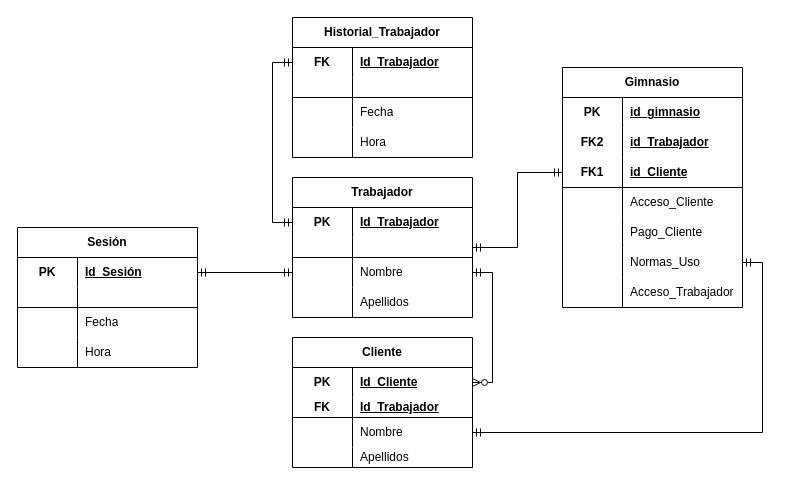
Before: Diagrama ER Trabajador.drawio in HuBaMarin/projDespliegue, a draw.io diagram. Source tidied: cells renumbered, new cells numbered last; positions are measured from the earlier drawing's top-left corner, leaving out a move shared by most shapes. Both pictures are drawn from the tidied source at 100%, with x=0, y=0 at pixel (17, 17).
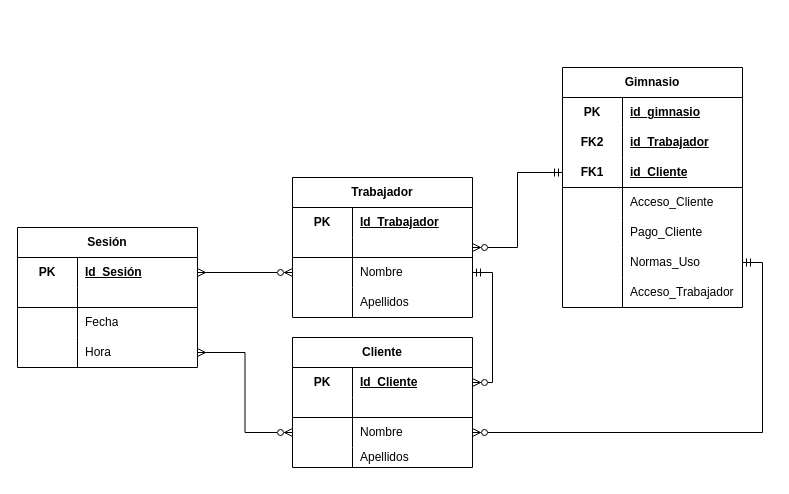
The same diagram, later.

Unchanged cells that the change refers to:
```xml
<mxCell id="4" value="Trabajador" style="shape=table;startSize=30;childLayout=tableLayout;rowLines=0;fontStyle=1;align=center;html=1;whiteSpace=wrap;" parent="1" vertex="1">
  <mxGeometry x="275" y="160" width="180" height="140" as="geometry" />
</mxCell>
<mxCell id="5" style="shape=tableRow;horizontal=0;startSize=0;swimlaneHead=0;swimlaneBody=0;fillColor=none;points=[[0,0.5],[1,0.5]];portConstraint=eastwest;top=0;left=0;right=0;bottom=0;html=1;" parent="4" vertex="1">
  <mxGeometry y="30" width="180" height="30" as="geometry" />
</mxCell>
<mxCell id="11" style="shape=tableRow;horizontal=0;startSize=0;swimlaneHead=0;swimlaneBody=0;fillColor=none;points=[[0,0.5],[1,0.5]];portConstraint=eastwest;top=0;left=0;right=0;bottom=0;html=1;" parent="4" vertex="1">
  <mxGeometry y="80" width="180" height="30" as="geometry" />
</mxCell>
<mxCell id="18" style="shape=tableRow;horizontal=0;startSize=0;swimlaneHead=0;swimlaneBody=0;fillColor=none;points=[[0,0.5],[1,0.5]];portConstraint=eastwest;top=0;left=0;right=0;bottom=0;html=1;" parent="17" vertex="1">
  <mxGeometry y="30" width="180" height="30" as="geometry" />
</mxCell>
<mxCell id="27" style="shape=tableRow;horizontal=0;startSize=0;swimlaneHead=0;swimlaneBody=0;fillColor=none;points=[[0,0.5],[1,0.5]];portConstraint=eastwest;top=0;left=0;right=0;bottom=0;html=1;" parent="17" vertex="1">
  <mxGeometry y="110" width="180" height="30" as="geometry" />
</mxCell>
<mxCell id="47" style="shape=tableRow;horizontal=0;startSize=0;swimlaneHead=0;swimlaneBody=0;fillColor=none;top=0;left=0;right=0;bottom=1;html=1;" parent="43" vertex="1">
  <mxGeometry y="60" width="180" height="20" as="geometry" />
</mxCell>
<mxCell id="50" style="shape=tableRow;horizontal=0;startSize=0;swimlaneHead=0;swimlaneBody=0;fillColor=none;points=[[0,0.5],[1,0.5]];portConstraint=eastwest;top=0;left=0;right=0;bottom=0;html=1;" parent="43" vertex="1">
  <mxGeometry y="80" width="180" height="30" as="geometry" />
</mxCell>
<mxCell id="65" style="shape=tableRow;horizontal=0;startSize=0;swimlaneHead=0;swimlaneBody=0;fillColor=none;points=[[0,0.5],[1,0.5]];portConstraint=eastwest;top=0;left=0;right=0;bottom=1;html=1;" parent="58" vertex="1">
  <mxGeometry y="90" width="180" height="30" as="geometry" />
</mxCell>
<mxCell id="74" style="shape=tableRow;horizontal=0;startSize=0;swimlaneHead=0;swimlaneBody=0;fillColor=none;points=[[0,0.5],[1,0.5]];portConstraint=eastwest;top=0;left=0;right=0;bottom=0;html=1;" parent="58" vertex="1">
  <mxGeometry y="180" width="180" height="30" as="geometry" />
</mxCell>
```

Diff of the diagram source:
```diff
@@
-    <mxCell id="3" style="edgeStyle=orthogonalEdgeStyle;rounded=0;jettySize=auto;html=1;entryX=0;entryY=0.5;entryDx=0;entryDy=0;startArrow=ERmandOne;startFill=0;endArrow=ERmandOne;endFill=0;" parent="1" edge="1" source="4" target="65">
+    <mxCell id="3" style="edgeStyle=orthogonalEdgeStyle;rounded=0;jettySize=auto;html=1;entryX=0;entryY=0.5;entryDx=0;entryDy=0;startArrow=ERzeroToMany;startFill=0;endArrow=ERmandOne;endFill=0;" parent="1" edge="1" source="4" target="65">
       <mxGeometry relative="1" as="geometry" />
     </mxCell>
@@
-    <mxCell id="30" value="Historial_Trabajador" style="shape=table;startSize=30;childLayout=tableLayout;rowLines=0;fontStyle=1;align=center;html=1;whiteSpace=wrap;" parent="1" vertex="1">
-      <mxGeometry x="275" width="180" height="140" as="geometry" />
-    </mxCell>
-    <mxCell id="31" style="shape=tableRow;horizontal=0;startSize=0;swimlaneHead=0;swimlaneBody=0;fillColor=none;points=[[0,0.5],[1,0.5]];portConstraint=eastwest;top=0;left=0;right=0;bottom=0;html=1;" parent="30" vertex="1">
-      <mxGeometry y="30" width="180" height="30" as="geometry" />
-    </mxCell>
-    <mxCell id="32" value="FK" style="shape=partialRectangle;fillColor=none;top=0;left=0;bottom=0;right=0;fontStyle=1;overflow=hidden;html=1;whiteSpace=wrap;" parent="31" vertex="1">
-      <mxGeometry width="60" height="30" as="geometry" />
-    </mxCell>
-    <mxCell id="33" value="Id_Trabajador" style="shape=partialRectangle;fillColor=none;top=0;left=0;bottom=0;right=0;align=left;spacingLeft=6;fontStyle=5;overflow=hidden;html=1;whiteSpace=wrap;" parent="31" vertex="1">
-      <mxGeometry x="60" width="120" height="30" as="geometry" />
-    </mxCell>
-    <mxCell id="34" style="shape=tableRow;horizontal=0;startSize=0;swimlaneHead=0;swimlaneBody=0;fillColor=none;top=0;left=0;right=0;bottom=1;html=1;" parent="30" vertex="1">
-      <mxGeometry y="60" width="180" height="20" as="geometry" />
-    </mxCell>
-    <mxCell id="35" style="shape=partialRectangle;fillColor=none;top=0;left=0;bottom=0;right=0;fontStyle=1;overflow=hidden;html=1;whiteSpace=wrap;" parent="34" vertex="1">
-      <mxGeometry width="60" height="20" as="geometry" />
-    </mxCell>
-    <mxCell id="36" style="shape=partialRectangle;fillColor=none;top=0;left=0;bottom=0;right=0;align=left;spacingLeft=6;fontStyle=5;overflow=hidden;html=1;whiteSpace=wrap;" parent="34" vertex="1">
-      <mxGeometry x="60" width="120" height="20" as="geometry" />
-    </mxCell>
-    <mxCell id="37" style="shape=tableRow;horizontal=0;startSize=0;swimlaneHead=0;swimlaneBody=0;fillColor=none;top=0;left=0;right=0;bottom=0;html=1;" parent="30" vertex="1">
-      <mxGeometry y="80" width="180" height="30" as="geometry" />
-    </mxCell>
-    <mxCell id="38" style="shape=partialRectangle;fillColor=none;top=0;left=0;bottom=0;right=0;overflow=hidden;html=1;whiteSpace=wrap;" parent="37" vertex="1">
-      <mxGeometry width="60" height="30" as="geometry" />
-    </mxCell>
-    <mxCell id="39" value="Fecha" style="shape=partialRectangle;fillColor=none;top=0;left=0;bottom=0;right=0;align=left;spacingLeft=6;overflow=hidden;html=1;whiteSpace=wrap;" parent="37" vertex="1">
-      <mxGeometry x="60" width="120" height="30" as="geometry" />
-    </mxCell>
-    <mxCell id="40" style="shape=tableRow;horizontal=0;startSize=0;swimlaneHead=0;swimlaneBody=0;fillColor=none;top=0;left=0;right=0;bottom=0;html=1;" parent="30" vertex="1">
-      <mxGeometry y="110" width="180" height="30" as="geometry" />
-    </mxCell>
-    <mxCell id="41" style="shape=partialRectangle;fillColor=none;top=0;left=0;bottom=0;right=0;overflow=hidden;html=1;whiteSpace=wrap;" parent="40" vertex="1">
-      <mxGeometry width="60" height="30" as="geometry" />
-    </mxCell>
-    <mxCell id="42" value="Hora" style="shape=partialRectangle;fillColor=none;top=0;left=0;bottom=0;right=0;align=left;spacingLeft=6;overflow=hidden;html=1;whiteSpace=wrap;" parent="40" vertex="1">
-      <mxGeometry x="60" width="120" height="30" as="geometry" />
-    </mxCell>
@@
-    <mxCell id="48" value="FK" style="shape=partialRectangle;fillColor=none;top=0;left=0;bottom=0;right=0;fontStyle=1;overflow=hidden;html=1;whiteSpace=wrap;" parent="47" vertex="1">
+    <mxCell id="48" style="shape=partialRectangle;fillColor=none;top=0;left=0;bottom=0;right=0;fontStyle=1;overflow=hidden;html=1;whiteSpace=wrap;" parent="47" vertex="1">
       <mxGeometry width="60" height="20" as="geometry" />
     </mxCell>
-    <mxCell id="49" value="Id_Trabajador" style="shape=partialRectangle;fillColor=none;top=0;left=0;bottom=0;right=0;align=left;spacingLeft=6;fontStyle=5;overflow=hidden;html=1;whiteSpace=wrap;" parent="47" vertex="1">
+    <mxCell id="49" style="shape=partialRectangle;fillColor=none;top=0;left=0;bottom=0;right=0;align=left;spacingLeft=6;fontStyle=5;overflow=hidden;html=1;whiteSpace=wrap;" parent="47" vertex="1">
       <mxGeometry x="60" width="120" height="20" as="geometry" />
     </mxCell>
@@
-    <mxCell id="80" style="edgeStyle=orthogonalEdgeStyle;rounded=0;jettySize=auto;html=1;entryX=0;entryY=0.5;entryDx=0;entryDy=0;startArrow=ERmandOne;startFill=0;endArrow=ERmandOne;endFill=0;" parent="1" edge="1" source="5" target="31">
-      <mxGeometry relative="1" as="geometry" />
-    </mxCell>
@@
-    <mxCell id="82" style="edgeStyle=orthogonalEdgeStyle;rounded=0;jettySize=auto;html=1;entryX=1;entryY=0.5;entryDx=0;entryDy=0;startArrow=ERmandOne;startFill=0;endArrow=ERmandOne;endFill=0;" parent="1" edge="1" source="11" target="18">
+    <mxCell id="82" style="edgeStyle=orthogonalEdgeStyle;rounded=0;jettySize=auto;html=1;entryX=1;entryY=0.5;entryDx=0;entryDy=0;startArrow=ERzeroToMany;startFill=0;endArrow=ERmany;endFill=0;" parent="1" edge="1" source="11" target="18">
       <mxGeometry relative="1" as="geometry" />
     </mxCell>
-    <mxCell id="83" style="edgeStyle=orthogonalEdgeStyle;rounded=0;jettySize=auto;html=1;entryX=1;entryY=0.5;entryDx=0;entryDy=0;startArrow=ERmandOne;startFill=0;endArrow=ERmandOne;endFill=0;" parent="1" edge="1" source="50" target="74">
+    <mxCell id="83" style="edgeStyle=orthogonalEdgeStyle;rounded=0;jettySize=auto;html=1;entryX=1;entryY=0.5;entryDx=0;entryDy=0;startArrow=ERzeroToMany;startFill=0;endArrow=ERmandOne;endFill=0;" parent="1" edge="1" source="50" target="74">
       <mxGeometry relative="1" as="geometry" />
     </mxCell>
+    <mxCell id="84" style="edgeStyle=orthogonalEdgeStyle;rounded=0;jettySize=auto;html=1;entryX=1;entryY=0.5;entryDx=0;entryDy=0;startArrow=ERzeroToMany;startFill=0;endArrow=ERmany;endFill=0;" parent="1" edge="1" source="50" target="27">
+      <mxGeometry relative="1" as="geometry" />
+    </mxCell>
```
